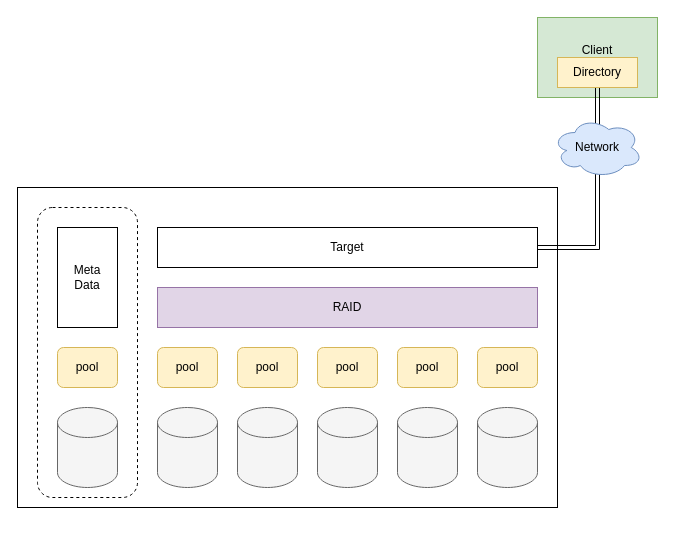
Earlier version of the draw.io diagram page "인라인 네트워크 레이드 아키텍처" (1 of 2) of 제목 없는 다이어그램.drawio (weed700/study_repo). Source tidied: cells renumbered, new cells numbered last; positions are measured from the earlier drawing's top-left corner, leaving out a move shared by most shapes. Both pictures are drawn from the tidied source at 100%, with x=0, y=0 at pixel (17, 17).
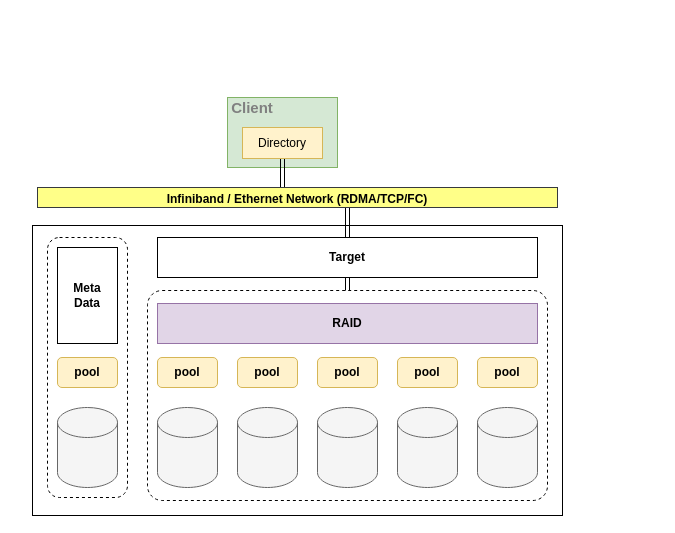
Above is the later version.

Commit message:
제목 없는 다이어그램.drawio 업데이트

The edit, as a diff of the source:
```diff
@@
+    <mxCell id="3" style="rounded=0;whiteSpace=wrap;html=1;fillColor=#FFFFFF;" parent="1" vertex="1">
+      <mxGeometry x="15" y="208" width="530" height="290" as="geometry" />
+    </mxCell>
+    <mxCell id="23" style="rounded=1;whiteSpace=wrap;html=1;fillColor=#FFFFFF;dashed=1;arcSize=7;" parent="1" vertex="1">
+      <mxGeometry x="130" y="273" width="400" height="210" as="geometry" />
+    </mxCell>
-    <mxCell id="2" value="Client&lt;br&gt;&lt;br&gt;" style="rounded=0;whiteSpace=wrap;html=1;fillColor=#d5e8d4;strokeColor=#82b366;" parent="1" vertex="1">
-      <mxGeometry x="520" width="120" height="80" as="geometry" />
+    <mxCell id="2" value="&lt;b style=&quot;font-size: 15px;&quot;&gt;&lt;font style=&quot;font-size: 15px;&quot; color=&quot;#808080&quot;&gt;&lt;br&gt;&lt;/font&gt;&lt;/b&gt;" style="rounded=0;whiteSpace=wrap;html=1;fillColor=#d5e8d4;strokeColor=#82b366;align=left;" parent="1" vertex="1">
+      <mxGeometry x="210" y="80" width="110" height="70" as="geometry" />
     </mxCell>
-    <mxCell id="3" style="rounded=0;whiteSpace=wrap;html=1;fillColor=#FFFFFF;" parent="1" vertex="1">
-      <mxGeometry y="170" width="540" height="320" as="geometry" />
-    </mxCell>
     <mxCell id="4" style="rounded=1;whiteSpace=wrap;html=1;fillColor=#FFFFFF;dashed=1;" parent="1" vertex="1">
-      <mxGeometry x="20" y="190" width="100" height="290" as="geometry" />
+      <mxGeometry x="30" y="220" width="80" height="260" as="geometry" />
     </mxCell>
@@
-    <mxCell id="11" value="pool" style="rounded=1;whiteSpace=wrap;html=1;fillColor=#fff2cc;strokeColor=#d6b656;" parent="1" vertex="1">
-      <mxGeometry x="140" y="330" width="60" height="40" as="geometry" />
+    <mxCell id="11" value="pool" style="rounded=1;whiteSpace=wrap;html=1;fillColor=#fff2cc;strokeColor=#d6b656;fontStyle=1;" parent="1" vertex="1">
+      <mxGeometry x="140" y="340" width="60" height="30" as="geometry" />
     </mxCell>
-    <mxCell id="12" value="pool" style="rounded=1;whiteSpace=wrap;html=1;fillColor=#fff2cc;strokeColor=#d6b656;" parent="1" vertex="1">
-      <mxGeometry x="220" y="330" width="60" height="40" as="geometry" />
+    <mxCell id="12" value="pool" style="rounded=1;whiteSpace=wrap;html=1;fillColor=#fff2cc;strokeColor=#d6b656;fontStyle=1;" parent="1" vertex="1">
+      <mxGeometry x="220" y="340" width="60" height="30" as="geometry" />
     </mxCell>
-    <mxCell id="13" value="pool" style="rounded=1;whiteSpace=wrap;html=1;fillColor=#fff2cc;strokeColor=#d6b656;" parent="1" vertex="1">
-      <mxGeometry x="300" y="330" width="60" height="40" as="geometry" />
+    <mxCell id="13" value="pool" style="rounded=1;whiteSpace=wrap;html=1;fillColor=#fff2cc;strokeColor=#d6b656;fontStyle=1;" parent="1" vertex="1">
+      <mxGeometry x="300" y="340" width="60" height="30" as="geometry" />
     </mxCell>
-    <mxCell id="14" value="pool" style="rounded=1;whiteSpace=wrap;html=1;fillColor=#fff2cc;strokeColor=#d6b656;" parent="1" vertex="1">
-      <mxGeometry x="380" y="330" width="60" height="40" as="geometry" />
+    <mxCell id="14" value="pool" style="rounded=1;whiteSpace=wrap;html=1;fillColor=#fff2cc;strokeColor=#d6b656;fontStyle=1;" parent="1" vertex="1">
+      <mxGeometry x="380" y="340" width="60" height="30" as="geometry" />
     </mxCell>
-    <mxCell id="15" value="pool" style="rounded=1;whiteSpace=wrap;html=1;fillColor=#fff2cc;strokeColor=#d6b656;" parent="1" vertex="1">
-      <mxGeometry x="460" y="330" width="60" height="40" as="geometry" />
+    <mxCell id="15" value="pool" style="rounded=1;whiteSpace=wrap;html=1;fillColor=#fff2cc;strokeColor=#d6b656;fontStyle=1;" parent="1" vertex="1">
+      <mxGeometry x="460" y="340" width="60" height="30" as="geometry" />
     </mxCell>
-    <mxCell id="16" value="RAID" style="rounded=0;whiteSpace=wrap;html=1;fillColor=#e1d5e7;strokeColor=#9673a6;" parent="1" vertex="1">
-      <mxGeometry x="140" y="270" width="380" height="40" as="geometry" />
+    <mxCell id="16" value="&lt;b&gt;RAID&lt;/b&gt;" style="rounded=0;whiteSpace=wrap;html=1;fillColor=#e1d5e7;strokeColor=#9673a6;" parent="1" vertex="1">
+      <mxGeometry x="140" y="286" width="380" height="40" as="geometry" />
     </mxCell>
+    <mxCell id="24" style="edgeStyle=orthogonalEdgeStyle;shape=link;rounded=0;jettySize=auto;html=1;exitX=0.5;exitY=0;exitDx=0;exitDy=0;entryX=0.5;entryY=1;entryDx=0;entryDy=0;strokeWidth=1;fontSize=12;fontColor=#808080;endArrow=classicThin;endFill=1;elbow=vertical;" parent="1" edge="1" source="17" target="21">
+      <mxGeometry relative="1" as="geometry">
+        <Array as="points">
+          <mxPoint x="330" y="180" />
+          <mxPoint x="265" y="180" />
+        </Array>
+      </mxGeometry>
+    </mxCell>
+    <mxCell id="25" style="edgeStyle=orthogonalEdgeStyle;rounded=0;jettySize=auto;html=1;exitX=0.5;exitY=1;exitDx=0;exitDy=0;entryX=0.5;entryY=0;entryDx=0;entryDy=0;strokeWidth=1;fontSize=15;fontColor=#808080;startArrow=classic;startFill=0;endArrow=classicThin;endFill=1;elbow=vertical;shape=link;" parent="1" edge="1" source="17" target="23">
+      <mxGeometry relative="1" as="geometry" />
+    </mxCell>
-    <mxCell id="17" value="Target" style="rounded=0;whiteSpace=wrap;html=1;" parent="1" vertex="1">
-      <mxGeometry x="140" y="210" width="380" height="40" as="geometry" />
+    <mxCell id="17" value="&lt;b&gt;Target&lt;/b&gt;" style="rounded=0;whiteSpace=wrap;html=1;" parent="1" vertex="1">
+      <mxGeometry x="140" y="220" width="380" height="40" as="geometry" />
     </mxCell>
-    <mxCell id="18" value="Meta&lt;br&gt;Data" style="rounded=0;whiteSpace=wrap;html=1;" parent="1" vertex="1">
-      <mxGeometry x="40" y="210" width="60" height="100" as="geometry" />
+    <mxCell id="18" value="Meta&lt;br&gt;Data" style="rounded=0;whiteSpace=wrap;html=1;fontStyle=1;" parent="1" vertex="1">
+      <mxGeometry x="40" y="230" width="60" height="96" as="geometry" />
     </mxCell>
-    <mxCell id="19" value="pool" style="rounded=1;whiteSpace=wrap;html=1;fillColor=#fff2cc;strokeColor=#d6b656;" parent="1" vertex="1">
-      <mxGeometry x="40" y="330" width="60" height="40" as="geometry" />
+    <mxCell id="19" value="pool" style="rounded=1;whiteSpace=wrap;html=1;fillColor=#fff2cc;strokeColor=#d6b656;fontStyle=1;" parent="1" vertex="1">
+      <mxGeometry x="40" y="340" width="60" height="30" as="geometry" />
     </mxCell>
-    <mxCell id="20" style="edgeStyle=orthogonalEdgeStyle;shape=link;rounded=0;jettySize=auto;html=1;exitX=0.5;exitY=1;exitDx=0;exitDy=0;strokeWidth=1;endArrow=classicThin;endFill=1;elbow=vertical;entryX=1;entryY=0.5;entryDx=0;entryDy=0;" parent="1" edge="1" source="21" target="17">
-      <mxGeometry relative="1" as="geometry" />
-    </mxCell>
     <mxCell id="21" value="Directory" style="rounded=0;whiteSpace=wrap;html=1;fillColor=#fff2cc;strokeColor=#d6b656;" parent="1" vertex="1">
-      <mxGeometry x="540" y="40" width="80" height="30" as="geometry" />
+      <mxGeometry x="225" y="110" width="80" height="31" as="geometry" />
     </mxCell>
-    <mxCell id="22" value="Network" style="ellipse;shape=cloud;whiteSpace=wrap;html=1;fillColor=#dae8fc;strokeColor=#6c8ebf;" parent="1" vertex="1">
-      <mxGeometry x="535" y="100" width="90" height="60" as="geometry" />
-    </mxCell>
+    <mxCell id="26" value="&lt;b&gt;&lt;font style=&quot;font-size: 12px;&quot;&gt;Infiniband / Ethernet Network (RDMA/TCP/FC)&lt;/font&gt;&lt;/b&gt;" style="rounded=0;whiteSpace=wrap;html=1;fontSize=16;fillColor=#ffff88;strokeColor=#36393d;" parent="1" vertex="1">
+      <mxGeometry x="20" y="170" width="520" height="20" as="geometry" />
+    </mxCell>
+    <mxCell id="27" value="&lt;b&gt;Client&lt;/b&gt;" style="text;html=1;strokeColor=none;fillColor=none;align=center;verticalAlign=middle;whiteSpace=wrap;rounded=0;fontSize=15;fontColor=#808080;" parent="1" vertex="1">
+      <mxGeometry x="210" y="80" width="50" height="20" as="geometry" />
+    </mxCell>
```
